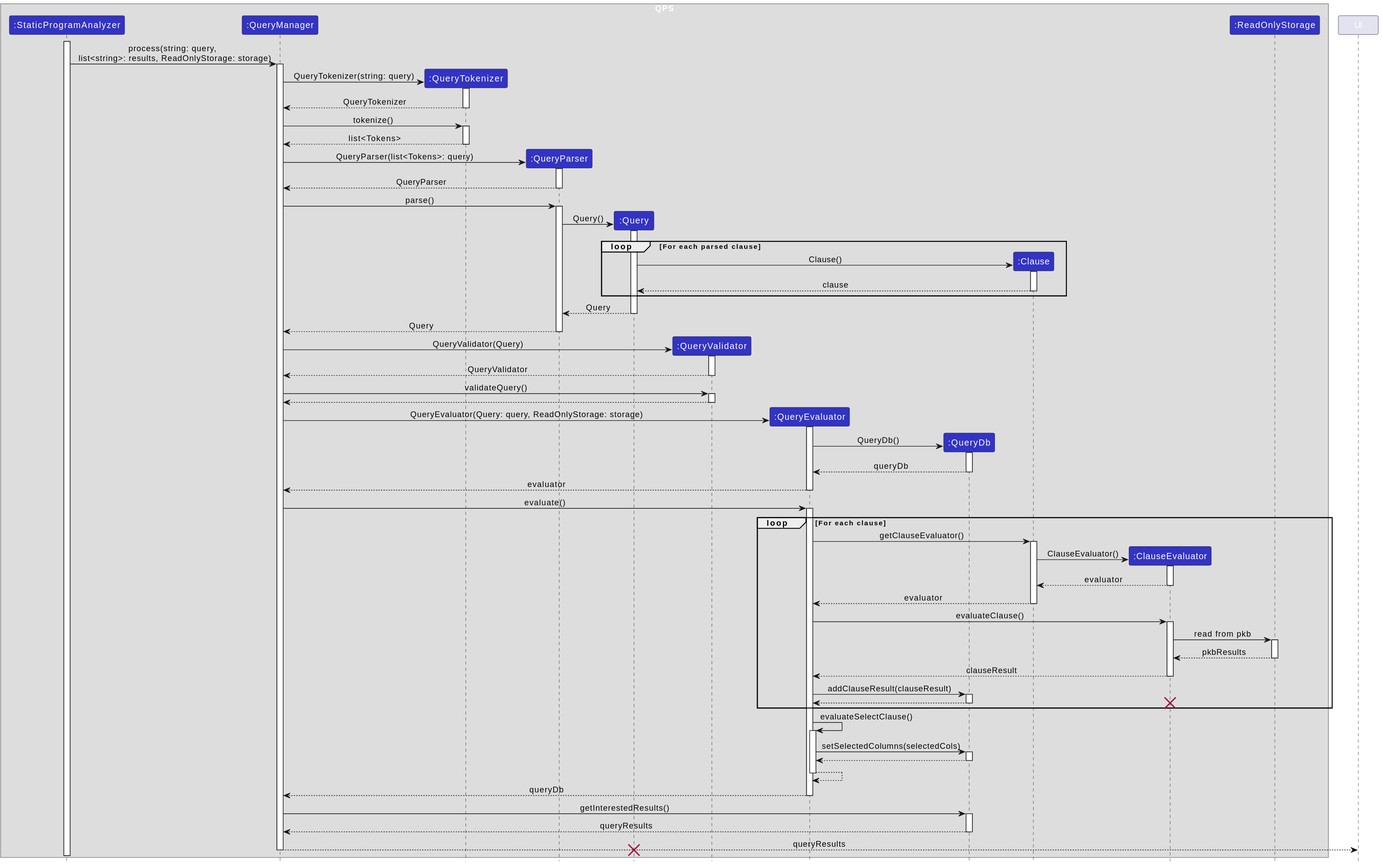
Above: Team26/Code26/docs/diagrams/Milestone3/Sequence Diagrams/QPS Sequence Diagram.svg in laughingkid-sg/cs3203-static-program-analyzer (PlantUML), before the change. Its diagram source:
```plantuml
@startuml
!define UI_COLOR #1D8900
!define UI_COLOR_T1 #83E769
!define UI_COLOR_T2 #3FC71B
!define UI_COLOR_T3 #166800
!define UI_COLOR_T4 #0E4100

!define LOGIC_COLOR #3333C4
!define LOGIC_COLOR_T1 #C8C8FA
!define LOGIC_COLOR_T2 #6A6ADC
!define LOGIC_COLOR_T3 #1616B0
!define LOGIC_COLOR_T4 #101086

!define MODEL_COLOR #9D0012
!define MODEL_COLOR_T1 #F97181
!define MODEL_COLOR_T2 #E41F36
!define MODEL_COLOR_T3 #7B000E
!define MODEL_COLOR_T4 #51000A

!define STORAGE_COLOR #A38300
!define STORAGE_COLOR_T1 #FFE374
!define STORAGE_COLOR_T2 #EDC520
!define STORAGE_COLOR_T3 #806600
!define STORAGE_COLOR_T2 #544400

!define USER_COLOR #000000

skinparam BackgroundColor #FFFFFFF

skinparam Shadowing false

skinparam Class {
    FontColor #FFFFFF
    BorderThickness 1
    BorderColor #FFFFFF
    StereotypeFontColor #FFFFFF
    FontName Arial
}

skinparam Actor {
    BorderColor USER_COLOR
    Color USER_COLOR
    FontName Arial
}

skinparam Sequence {
    MessageAlign center
    BoxFontSize 15
    BoxPadding 0
    BoxFontColor #FFFFFF
    FontName Arial
}

skinparam Participant {
    FontColor #FFFFFFF
    Padding 20
}

skinparam MinClassWidth 50
skinparam ParticipantPadding 10
skinparam Shadowing false
skinparam DefaultTextAlignment center
skinparam packageStyle Rectangle

hide footbox
hide members
hide circle
box QPS
participant ":StaticProgramAnalyzer" as StaticProgramAnalyzer LOGIC_COLOR
participant ":QueryManager" as QueryManager LOGIC_COLOR
participant ":QueryTokenizer" as QueryTokenizer LOGIC_COLOR
participant ":QueryParser" as QueryParser LOGIC_COLOR
participant ":Query" as Query LOGIC_COLOR
participant ":QueryValidator" as QueryValidator LOGIC_COLOR
participant ":QueryEvaluator" as QueryEvaluator LOGIC_COLOR
participant ":QueryDb" as QueryDb LOGIC_COLOR
participant ":Clause" as Clause LOGIC_COLOR
participant ":ClauseEvaluator" as ClauseEvaluator LOGIC_COLOR
participant ":ReadOnlyStorage" as ReadOnlyStorage LOGIC_COLOR
end box
activate StaticProgramAnalyzer

StaticProgramAnalyzer-> QueryManager : process(string: query, \n list<string>: results, ReadOnlyStorage: storage)
activate QueryManager

create QueryTokenizer
QueryManager -> QueryTokenizer: QueryTokenizer(string: query)
activate QueryTokenizer

QueryTokenizer --> QueryManager: QueryTokenizer
deactivate QueryTokenizer

QueryManager -> QueryTokenizer: tokenize()
activate QueryTokenizer

QueryTokenizer --> QueryManager: list<Tokens>
deactivate QueryTokenizer

create QueryParser
QueryManager -> QueryParser : QueryParser(list<Tokens>: query)
activate QueryParser

QueryParser --> QueryManager: QueryParser
deactivate QueryParser

QueryManager -> QueryParser: parse()
activate QueryParser

create Query
QueryParser -> Query: Query()
activate Query

loop For each parsed clause
    Create Clause
    Query -> Clause: Clause()
    activate Clause

    Clause --> Query: clause
    deactivate Clause
end

Query --> QueryParser: Query
deactivate Query

QueryParser --> QueryManager: Query
deactivate QueryParser

create QueryValidator
QueryManager -> QueryValidator : QueryValidator(Query)
activate QueryValidator

QueryValidator --> QueryManager : QueryValidator
deactivate QueryValidator

QueryManager -> QueryValidator : validateQuery()
activate QueryValidator

QueryValidator --> QueryManager
deactivate QueryValidator

create QueryEvaluator
QueryManager -> QueryEvaluator: QueryEvaluator(Query: query, ReadOnlyStorage: storage)
activate QueryEvaluator

create QueryDb
QueryEvaluator -> QueryDb: QueryDb()
activate QueryDb

QueryDb --> QueryEvaluator: queryDb
deactivate QueryDb

QueryEvaluator --> QueryManager: evaluator
deactivate QueryEvaluator

QueryManager->QueryEvaluator: evaluate()
activate QueryEvaluator

Loop For each clause
   QueryEvaluator-> Clause: getClauseEvaluator()
   activate Clause

   create ClauseEvaluator
   Clause -> ClauseEvaluator: ClauseEvaluator()
   activate ClauseEvaluator

   ClauseEvaluator --> Clause: evaluator
   deactivate ClauseEvaluator

   Clause --> QueryEvaluator: evaluator
   deactivate Clause

   QueryEvaluator -> ClauseEvaluator: evaluateClause()
   activate ClauseEvaluator

   ClauseEvaluator -> ReadOnlyStorage: read from pkb
   activate ReadOnlyStorage

   ReadOnlyStorage --> ClauseEvaluator: pkbResults
   deactivate ReadOnlyStorage

   ClauseEvaluator --> QueryEvaluator: clauseResult
   deactivate ClauseEvaluator

   QueryEvaluator -> QueryDb: addClauseResult(clauseResult)
   activate QueryDb

   QueryDb-->QueryEvaluator
   deactivate QueryDb

    destroy ClauseEvaluator
  end

QueryEvaluator -> QueryEvaluator : evaluateSelectClause()
activate QueryEvaluator

QueryEvaluator -> QueryDb : setSelectedColumns(selectedCols)
activate QueryDb

QueryDb --> QueryEvaluator
deactivate QueryDb

QueryEvaluator --> QueryEvaluator
deactivate QueryEvaluator

QueryEvaluator --> QueryManager: queryDb
deactivate QueryEvaluator

QueryManager -> QueryDb: getInterestedResults()
activate QueryDb

QueryDb --> QueryManager: queryResults
deactivate QueryDb

QueryManager --> UI: queryResults
deactivate QueryManager

destroy Query
@enduml
```
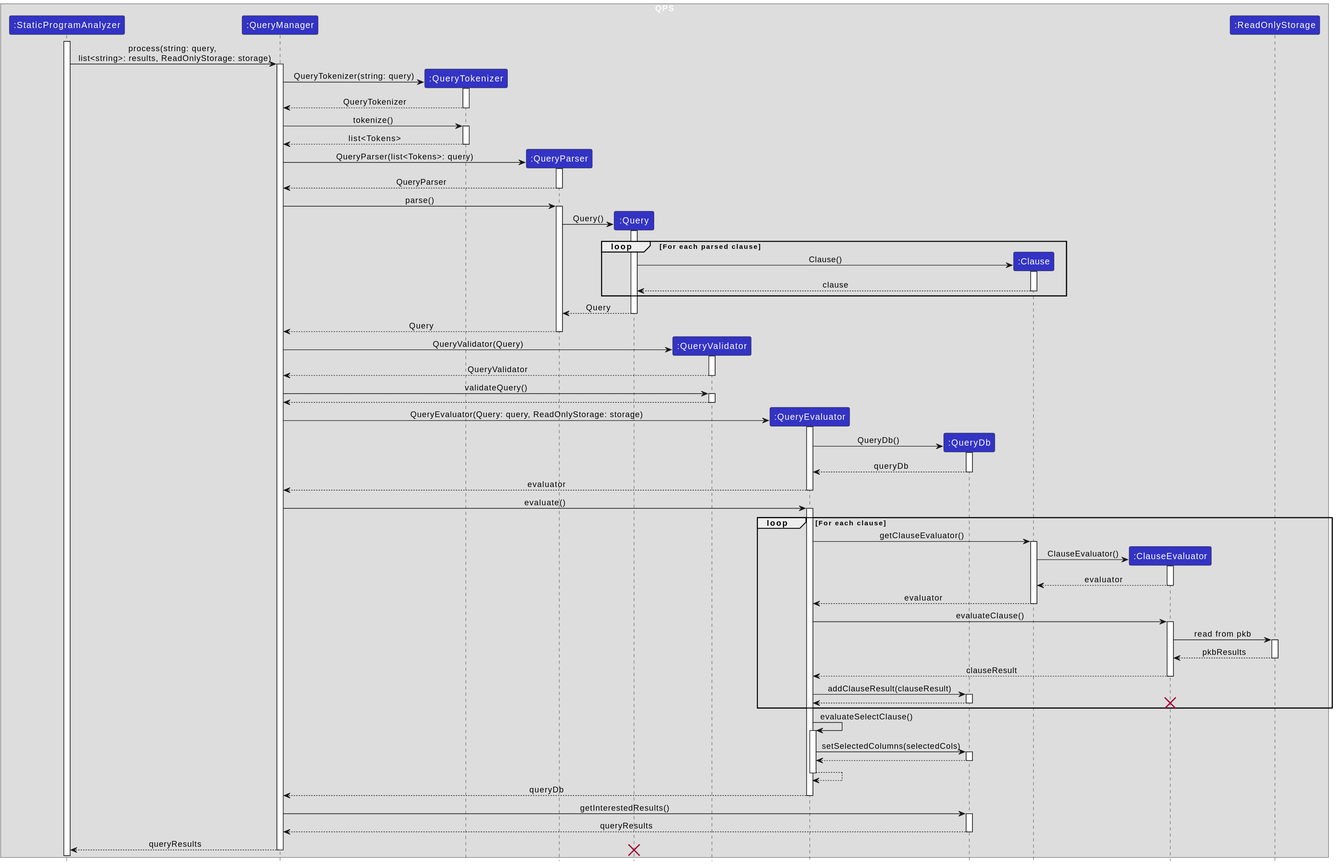
After the commit.

The edit, as a diff of the source:
```diff
@@ -211,7 +211,7 @@
 QueryDb --> QueryManager: queryResults
 deactivate QueryDb
 
-QueryManager --> UI: queryResults
+QueryManager --> StaticProgramAnalyzer: queryResults
 deactivate QueryManager
 
 destroy Query
```
